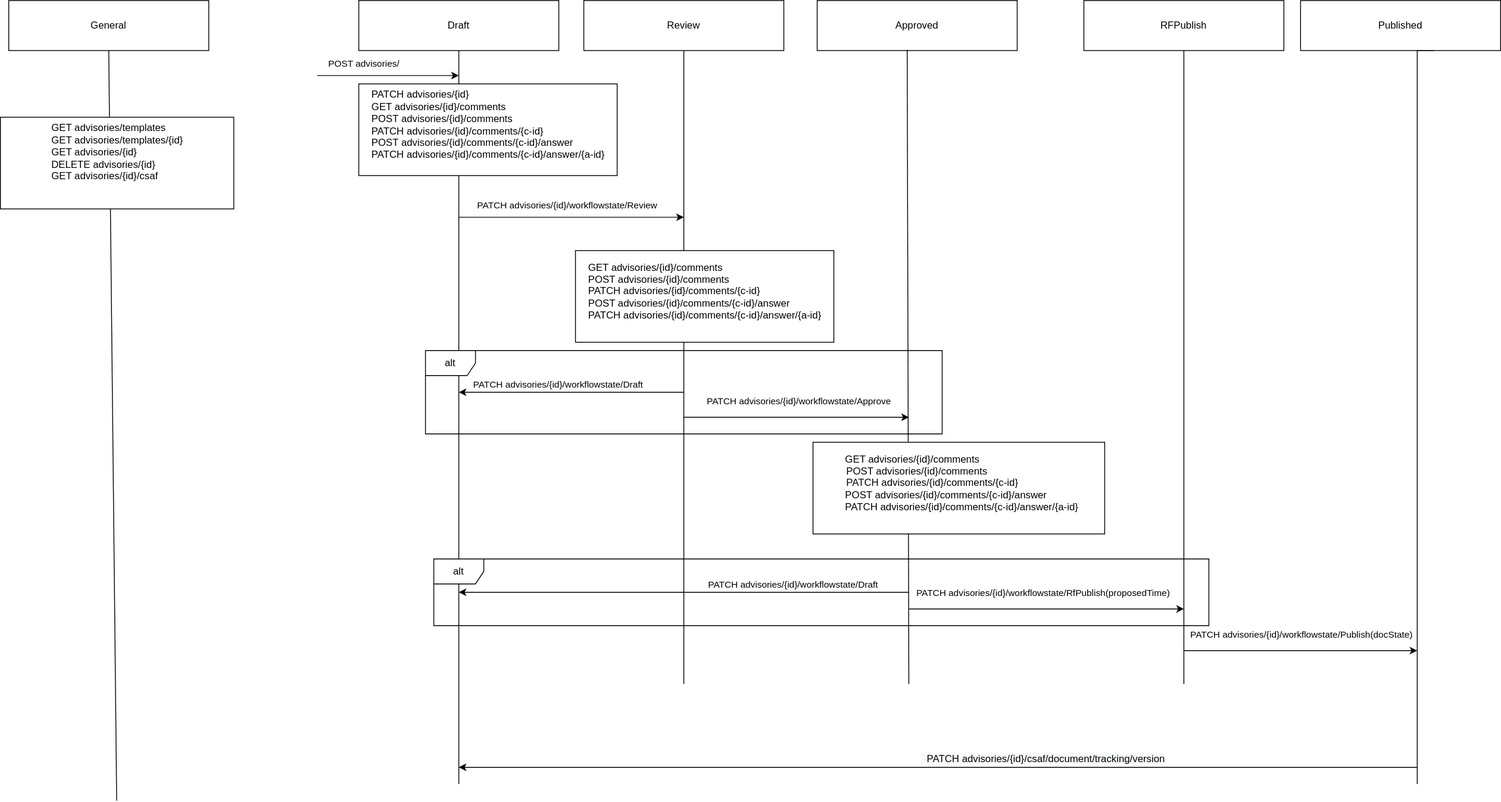
The draw.io diagram documents/workflow-states.drawio.svg in secvisogram/csaf-cms-backend, before a commit. Source tidied: cells renumbered, new cells last; positions are measured from the earlier drawing's top-left corner, leaving out a move shared by most shapes.
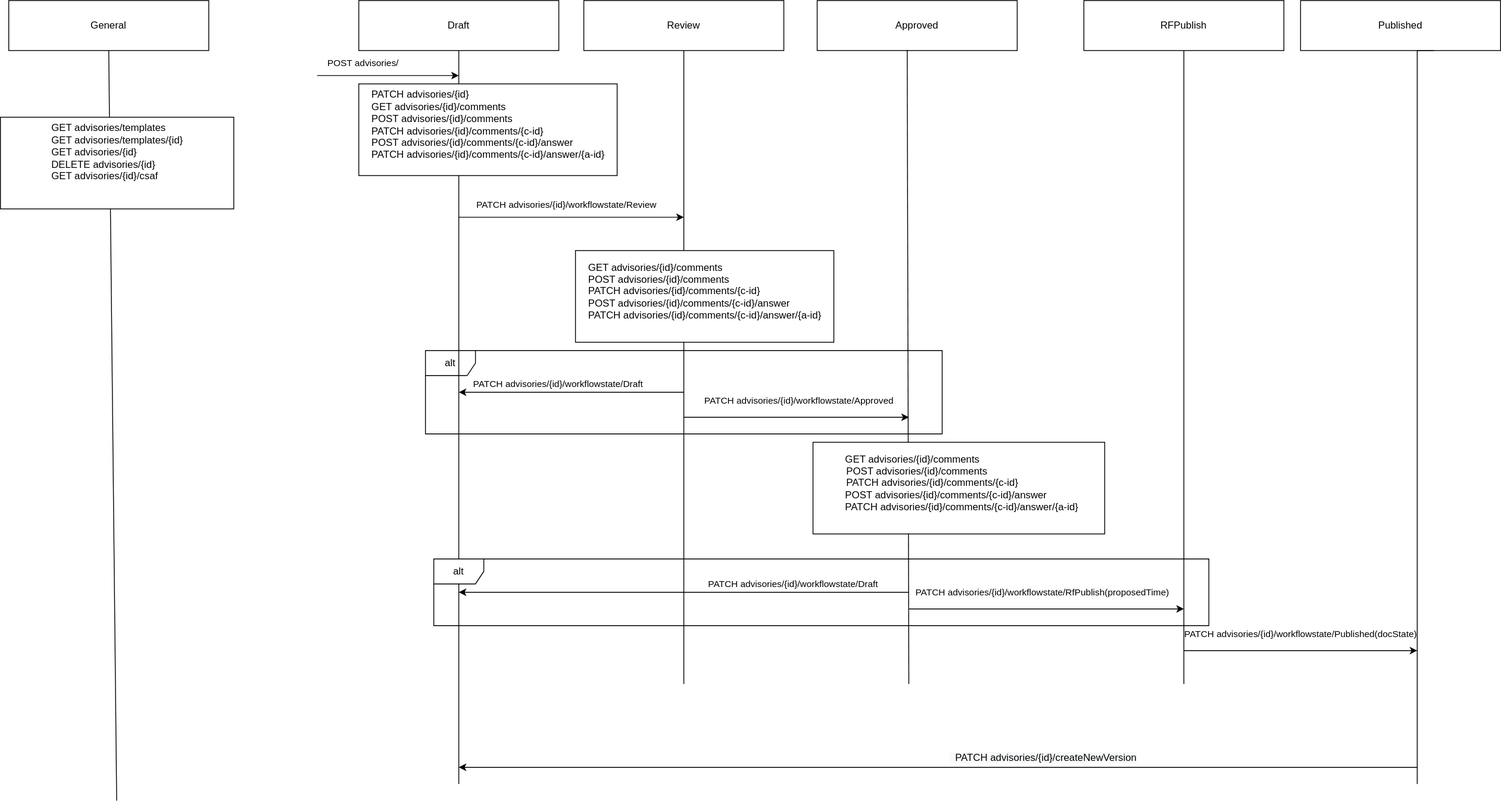
After the change.

Commit message:
feat(REST api): #45 Change REST API call to createNewVersion, fix REST Api for workflow states to fit to state names

The edit, as a diff of the source:
```diff
@@ -2,6 +2,9 @@
   <root>
     <mxCell id="0" />
     <mxCell id="1" parent="0" />
+    <mxCell id="34" value="alt" style="shape=umlFrame;whiteSpace=wrap;html=1;" parent="1" vertex="1">
+      <mxGeometry x="510" y="420" width="620" height="100" as="geometry" />
+    </mxCell>
     <mxCell id="2" style="rounded=0;orthogonalLoop=1;jettySize=auto;html=1;" parent="1" edge="1">
       <mxGeometry relative="1" as="geometry">
         <mxPoint x="550" y="260" as="sourcePoint" />
@@ -30,7 +33,7 @@
         <mxPoint x="1700" y="780" as="targetPoint" />
       </mxGeometry>
     </mxCell>
-    <mxCell id="7" value="PATCH advisories/{id}/workflowstate/Publish(docState)" style="edgeLabel;html=1;align=center;verticalAlign=middle;" parent="6" vertex="1">
+    <mxCell id="7" value="PATCH advisories/{id}/workflowstate/Published(docState)" style="edgeLabel;html=1;align=center;verticalAlign=middle;" parent="6" vertex="1">
       <mxGeometry x="-0.39" y="1" relative="1" as="geometry">
         <mxPoint x="54" y="-19" as="offset" />
       </mxGeometry>
@@ -41,7 +44,7 @@
         <mxPoint x="1090" y="500" as="targetPoint" />
       </mxGeometry>
     </mxCell>
-    <mxCell id="9" value="PATCH advisories/{id}/workflowstate/Approve" style="edgeLabel;html=1;align=center;verticalAlign=middle;" parent="8" vertex="1">
+    <mxCell id="9" value="PATCH advisories/{id}/workflowstate/Approved" style="edgeLabel;html=1;align=center;verticalAlign=middle;" parent="8" vertex="1">
       <mxGeometry x="-0.48" y="1" relative="1" as="geometry">
         <mxPoint x="67" y="-19" as="offset" />
       </mxGeometry>
@@ -119,7 +122,7 @@
         <mxPoint x="550" y="920" as="targetPoint" />
       </mxGeometry>
     </mxCell>
-    <mxCell id="25" value="&lt;br&gt;&lt;span style=&quot;font-size: 12px ; text-align: left ; background-color: rgb(248 , 249 , 250)&quot;&gt;&amp;nbsp; PATCH advisories/{id}/&lt;/span&gt;&lt;span style=&quot;font-size: 12px ; text-align: left ; background-color: rgb(248 , 249 , 250)&quot;&gt;csaf/document/tracking/version&lt;/span&gt;" style="edgeLabel;html=1;align=center;verticalAlign=middle;" parent="24" vertex="1">
+    <mxCell id="25" value="&lt;br&gt;&lt;span style=&quot;font-size: 12px ; text-align: left ; background-color: rgb(248 , 249 , 250)&quot;&gt;&amp;nbsp; PATCH advisories/{id}/&lt;/span&gt;&lt;span style=&quot;font-size: 12px ; text-align: left ; background-color: rgb(248 , 249 , 250)&quot;&gt;createNewVersion&lt;/span&gt;" style="edgeLabel;html=1;align=center;verticalAlign=middle;" parent="24" vertex="1">
       <mxGeometry x="-0.39" y="1" relative="1" as="geometry">
         <mxPoint x="-98" y="-19" as="offset" />
       </mxGeometry>
@@ -160,9 +163,6 @@
         <mxPoint x="176" y="-10" as="offset" />
       </mxGeometry>
     </mxCell>
-    <mxCell id="34" value="alt" style="shape=umlFrame;whiteSpace=wrap;html=1;" parent="1" vertex="1">
-      <mxGeometry x="510" y="420" width="620" height="100" as="geometry" />
-    </mxCell>
     <mxCell id="35" value="alt" style="shape=umlFrame;whiteSpace=wrap;html=1;" parent="1" vertex="1">
       <mxGeometry x="520" y="670" width="930" height="80" as="geometry" />
     </mxCell>
```
